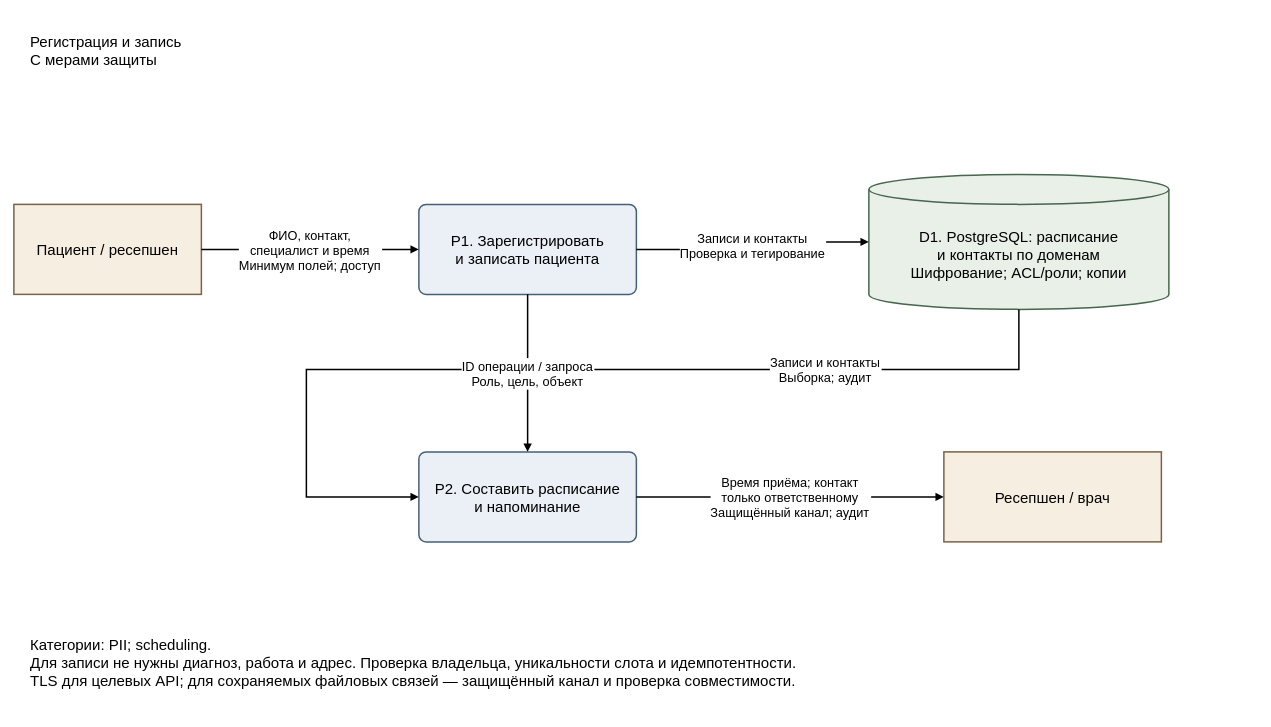
Before: page "1. Регистрация и запись — С мерами защиты" (2 of 12) of Task1/Потоки данных.drawio in Daresana/architecture-medikamente, a draw.io diagram. Source tidied: cells renumbered, new cells numbered last; positions are measured from the earlier drawing's top-left corner, leaving out a move shared by most shapes. Both pictures are drawn from the tidied source at 75%, with x=0, y=0 at pixel (14, 13).
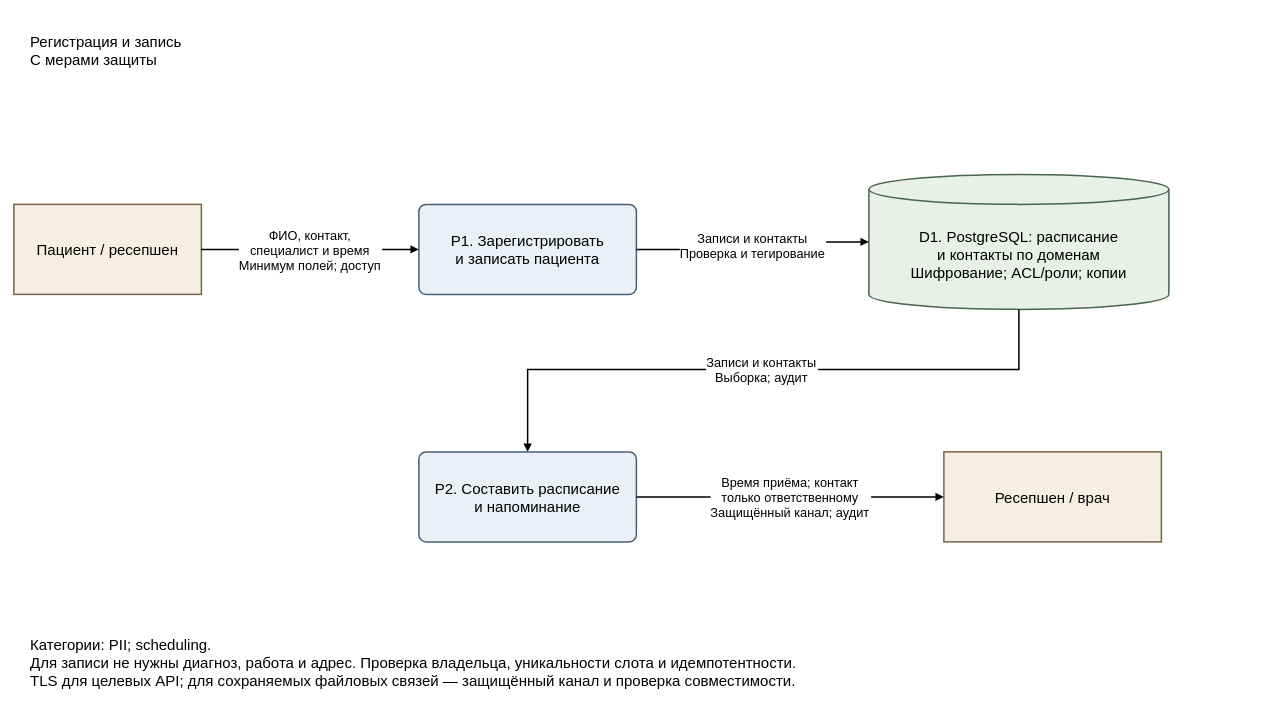
After the change.

What changed in the source:
```diff
@@
 <mxGraphModel>
   <root>
     <mxCell id="0" />
     <mxCell id="1" parent="0" />
     <mxCell id="2" value="Регистрация и запись&#10;С мерами защиты" style="whiteSpace=wrap;html=0;fontSize=20;fontFamily=Arial;align=center;verticalAlign=middle;spacing=12;strokeWidth=2;shape=rectangle;strokeColor=none;fillColor=none;align=left;" parent="1" vertex="1">
       <mxGeometry x="10" width="1650" height="100" as="geometry" />
     </mxCell>
     <mxCell id="3" value="Пациент / ресепшен" style="whiteSpace=wrap;html=0;fontSize=20;fontFamily=Arial;align=center;verticalAlign=middle;spacing=12;strokeWidth=2;rounded=0;fillColor=#f5eee1;strokeColor=#786448;" parent="1" vertex="1">
       <mxGeometry y="255" width="250" height="120" as="geometry" />
     </mxCell>
     <mxCell id="4" value="P1. Зарегистрировать&#10;и записать пациента" style="whiteSpace=wrap;html=0;fontSize=20;fontFamily=Arial;align=center;verticalAlign=middle;spacing=12;strokeWidth=2;rounded=1;arcSize=8;fillColor=#eaf0f5;strokeColor=#456078;" parent="1" vertex="1">
       <mxGeometry x="540" y="255" width="290" height="120" as="geometry" />
     </mxCell>
     <mxCell id="5" value="D1. PostgreSQL: расписание&#10;и контакты по доменам&#10;Шифрование; ACL/роли; копии" style="whiteSpace=wrap;html=0;fontSize=20;fontFamily=Arial;align=center;verticalAlign=middle;spacing=12;strokeWidth=2;shape=cylinder3;boundedLbl=1;size=20;fillColor=#e8f0e8;strokeColor=#47664d;" parent="1" vertex="1">
       <mxGeometry x="1140" y="215" width="400" height="180" as="geometry" />
     </mxCell>
     <mxCell id="6" value="P2. Составить расписание&#10;и напоминание" style="whiteSpace=wrap;html=0;fontSize=20;fontFamily=Arial;align=center;verticalAlign=middle;spacing=12;strokeWidth=2;rounded=1;arcSize=8;fillColor=#eaf0f5;strokeColor=#456078;" parent="1" vertex="1">
       <mxGeometry x="540" y="585" width="290" height="120" as="geometry" />
     </mxCell>
     <mxCell id="7" value="Ресепшен / врач" style="whiteSpace=wrap;html=0;fontSize=20;fontFamily=Arial;align=center;verticalAlign=middle;spacing=12;strokeWidth=2;rounded=0;fillColor=#f5eee1;strokeColor=#786448;" parent="1" vertex="1">
       <mxGeometry x="1240" y="585" width="290" height="120" as="geometry" />
     </mxCell>
     <mxCell id="8" value="Категории: PII; scheduling.&#10;Для записи не нужны диагноз, работа и адрес. Проверка владельца, уникальности слота и идемпотентности.&#10;TLS для целевых API; для сохраняемых файловых связей — защищённый канал и проверка совместимости." style="whiteSpace=wrap;html=0;fontSize=20;fontFamily=Arial;align=center;verticalAlign=middle;spacing=12;strokeWidth=2;shape=rectangle;strokeColor=none;fillColor=none;align=left;" parent="1" vertex="1">
       <mxGeometry x="10" y="795" width="1650" height="140" as="geometry" />
     </mxCell>
     <mxCell id="9" value="ФИО, контакт,&#10;специалист и время&#10;Минимум полей; доступ" style="edgeStyle=orthogonalEdgeStyle;rounded=0;html=0;endArrow=block;endFill=1;strokeWidth=2;fontSize=17;labelBackgroundColor=#ffffff;spacing=5;exitX=1;exitY=0.5;entryX=0;entryY=0.5;exitPerimeter=0;entryPerimeter=0;" parent="1" edge="1" source="3" target="4">
       <mxGeometry relative="1" as="geometry" />
     </mxCell>
     <mxCell id="10" value="Записи и контакты&#10;Проверка и тегирование" style="edgeStyle=orthogonalEdgeStyle;rounded=0;html=0;endArrow=block;endFill=1;strokeWidth=2;fontSize=17;labelBackgroundColor=#ffffff;spacing=5;exitX=1;exitY=0.5;entryX=0;entryY=0.5;exitPerimeter=0;entryPerimeter=0;" parent="1" edge="1" source="4" target="5">
       <mxGeometry relative="1" as="geometry" />
     </mxCell>
-    <mxCell id="11" value="Записи и контакты&#10;Выборка; аудит" style="edgeStyle=orthogonalEdgeStyle;rounded=0;html=0;endArrow=block;endFill=1;strokeWidth=2;fontSize=17;labelBackgroundColor=#ffffff;spacing=5;exitX=0.5;exitY=1;entryX=0;entryY=0.5;exitPerimeter=0;entryPerimeter=0;" parent="1" edge="1" source="5" target="6">
-      <mxGeometry x="-0.5" relative="1" as="geometry">
+    <mxCell id="11" value="Записи и контакты&#10;Выборка; аудит" style="edgeStyle=orthogonalEdgeStyle;rounded=0;html=0;endArrow=block;endFill=1;strokeWidth=2;fontSize=17;labelBackgroundColor=#ffffff;spacing=5;exitX=0.5;exitY=1;entryX=0.5;entryY=0;exitPerimeter=0;entryPerimeter=0;" parent="1" edge="1" source="5" target="6">
+      <mxGeometry relative="1" as="geometry">
         <Array as="points">
           <mxPoint x="1340" y="475" />
-          <mxPoint x="390" y="475" />
-          <mxPoint x="390" y="645" />
+          <mxPoint x="685" y="475" />
         </Array>
       </mxGeometry>
     </mxCell>
-    <mxCell id="12" value="ID операции / запроса&#10;Роль, цель, объект" style="edgeStyle=orthogonalEdgeStyle;rounded=0;html=0;endArrow=block;endFill=1;strokeWidth=2;fontSize=17;labelBackgroundColor=#ffffff;spacing=5;exitX=0.5;exitY=1;entryX=0.5;entryY=0;exitPerimeter=0;entryPerimeter=0;" parent="1" edge="1" source="4" target="6">
-      <mxGeometry relative="1" as="geometry" />
-    </mxCell>
     <mxCell id="13" value="Время приёма; контакт&#10;только ответственному&#10;Защищённый канал; аудит" style="edgeStyle=orthogonalEdgeStyle;rounded=0;html=0;endArrow=block;endFill=1;strokeWidth=2;fontSize=17;labelBackgroundColor=#ffffff;spacing=5;exitX=1;exitY=0.5;entryX=0;entryY=0.5;exitPerimeter=0;entryPerimeter=0;" parent="1" edge="1" source="6" target="7">
       <mxGeometry relative="1" as="geometry" />
     </mxCell>
   </root>
 </mxGraphModel>
```
